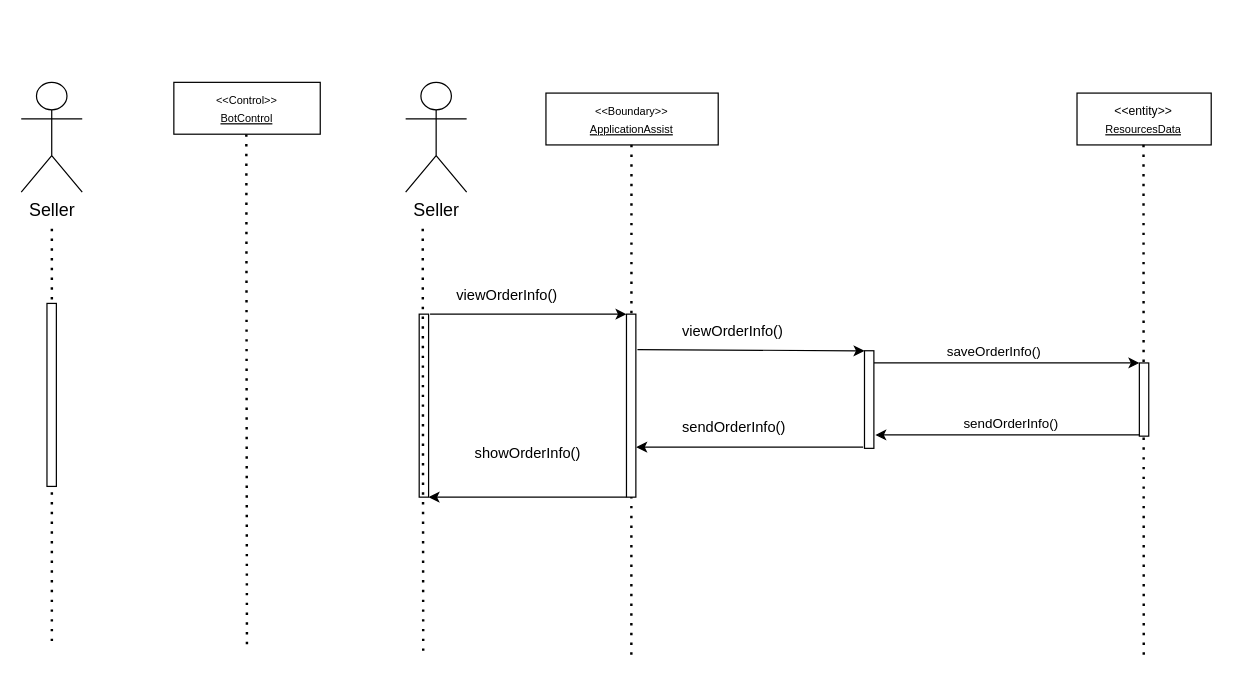
munkeawtoast/isad-diagrams keeps this draw.io diagram as page "Page-1" (1 of 2) of Record and Send Order Info.drawio. Above is the earlier version. Source tidied: cells renumbered, new cells numbered last; positions are measured from the earlier drawing's top-left corner, leaving out a move shared by most shapes. Both pictures are drawn from the tidied source at 122%, with x=0, y=0 at pixel (21, 82).
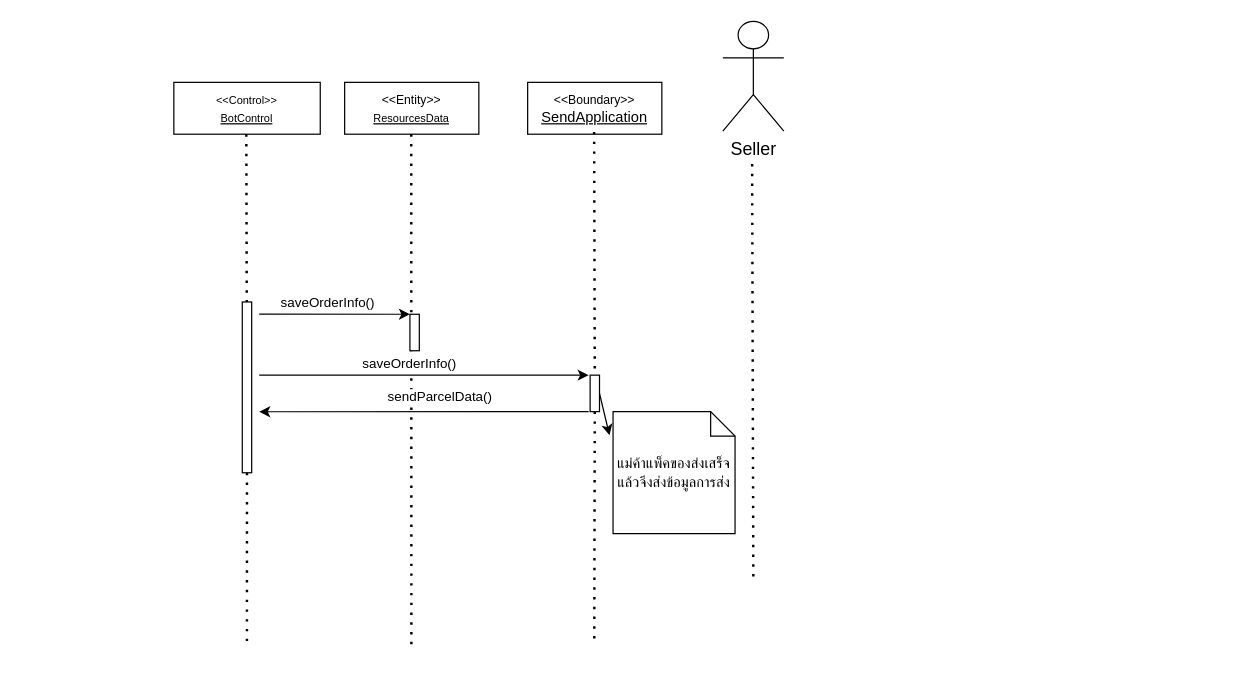
The same page after the edit.

The edit, as a diff of the source:
```diff
@@
-    <mxCell id="2" style="endArrow=none;dashed=1;html=1;dashPattern=1 3;strokeWidth=2;startArrow=none;" parent="1" edge="1">
+    <mxCell id="2" style="endArrow=none;dashed=1;html=1;dashPattern=1 3;strokeWidth=2;startArrow=none;" parent="1" edge="1" source="30">
       <mxGeometry relative="1" as="geometry">
-        <mxPoint x="184.4" y="42.5" as="sourcePoint" />
         <mxPoint x="184.9" y="461" as="targetPoint" />
       </mxGeometry>
     </mxCell>
-    <mxCell id="3" style="rounded=0;whiteSpace=wrap;html=1;fontSize=9;" parent="1" vertex="1">
-      <mxGeometry x="326.1" y="190" width="7.7" height="150" as="geometry" />
-    </mxCell>
@@
-    <mxCell id="5" value="&lt;font style=&quot;&quot;&gt;&lt;font size=&quot;1&quot;&gt;&amp;lt;&amp;lt;entity&amp;gt;&amp;gt;&lt;/font&gt;&lt;br&gt;&lt;span style=&quot;text-align: left;&quot;&gt;&lt;font style=&quot;font-size: 9px;&quot;&gt;&lt;u&gt;ResourcesData&lt;/u&gt;&lt;/font&gt;&lt;/span&gt;&lt;br&gt;&lt;/font&gt;" style="rounded=0;whiteSpace=wrap;html=1;" parent="1" vertex="1">
-      <mxGeometry x="865.3" y="8.8" width="110" height="42.5" as="geometry" />
+    <mxCell id="5" value="&lt;font style=&quot;&quot;&gt;&lt;font size=&quot;1&quot;&gt;&amp;lt;&amp;lt;Entity&amp;gt;&amp;gt;&lt;/font&gt;&lt;br&gt;&lt;span style=&quot;text-align: left;&quot;&gt;&lt;font style=&quot;font-size: 9px;&quot;&gt;&lt;u&gt;ResourcesData&lt;/u&gt;&lt;/font&gt;&lt;/span&gt;&lt;br&gt;&lt;/font&gt;" style="rounded=0;whiteSpace=wrap;html=1;" parent="1" vertex="1">
+      <mxGeometry x="265" width="110" height="42.5" as="geometry" />
     </mxCell>
-    <mxCell id="6" value="&lt;font style=&quot;font-size: 9px;&quot;&gt;&amp;lt;&amp;lt;Boundary&amp;gt;&amp;gt;&lt;br&gt;&lt;u&gt;ApplicationAssist&lt;/u&gt;&lt;br&gt;&lt;/font&gt;" style="rounded=0;whiteSpace=wrap;html=1;" parent="1" vertex="1">
-      <mxGeometry x="430" y="8.8" width="141.2" height="42.5" as="geometry" />
-    </mxCell>
-    <mxCell id="7" style="endArrow=classic;html=1;fontSize=9;exitX=1.081;exitY=0.094;exitDx=0;exitDy=0;exitPerimeter=0;" parent="1" edge="1">
-      <mxGeometry relative="1" as="geometry">
-        <mxPoint x="916.4" y="289" as="sourcePoint" />
-        <mxPoint x="700" y="289" as="targetPoint" />
-      </mxGeometry>
-    </mxCell>
-    <mxCell id="8" value="sendOrderInfo()" style="edgeLabel;html=1;align=center;verticalAlign=middle;" parent="7" vertex="1">
-      <mxGeometry x="-0.02" relative="1" as="geometry">
-        <mxPoint y="-10" as="offset" />
-      </mxGeometry>
-    </mxCell>
     <mxCell id="9" style="endArrow=classic;html=1;fontSize=9;entryX=0;entryY=0;entryDx=0;entryDy=0;" parent="1" edge="1" target="21">
       <mxGeometry relative="1" as="geometry">
-        <mxPoint x="698.8" y="230" as="sourcePoint" />
+        <mxPoint x="195" y="190" as="sourcePoint" />
       </mxGeometry>
     </mxCell>
@@
-    <mxCell id="11" style="endArrow=classic;html=1;fontSize=9;" parent="1" edge="1">
-      <mxGeometry relative="1" as="geometry">
-        <mxPoint x="690" y="299" as="sourcePoint" />
-        <mxPoint x="504" y="299" as="targetPoint" />
-      </mxGeometry>
-    </mxCell>
-    <mxCell id="12" value="sendOrderInfo()" style="text;whiteSpace=wrap;html=1;" parent="1" vertex="1">
-      <mxGeometry x="540" y="269" width="110" height="40" as="geometry" />
-    </mxCell>
-    <mxCell id="13" style="endArrow=classic;html=1;fontSize=9;exitX=0;exitY=1;exitDx=0;exitDy=0;entryX=1;entryY=1;entryDx=0;entryDy=0;" parent="1" edge="1" source="20" target="3">
-      <mxGeometry relative="1" as="geometry" />
-    </mxCell>
-    <mxCell id="14" value="showOrderInfo()" style="text;whiteSpace=wrap;html=1;" parent="1" vertex="1">
-      <mxGeometry x="370" y="290" width="110" height="40" as="geometry" />
-    </mxCell>
-    <mxCell id="15" style="endArrow=classic;html=1;fontSize=9;entryX=0;entryY=0;entryDx=0;entryDy=0;" parent="1" edge="1" target="20">
-      <mxGeometry relative="1" as="geometry">
-        <mxPoint x="335" y="190" as="sourcePoint" />
-      </mxGeometry>
-    </mxCell>
-    <mxCell id="16" value="&lt;div style=&quot;text-align: center;&quot;&gt;&lt;span style=&quot;background-color: initial;&quot;&gt;viewOrderInfo()&lt;/span&gt;&lt;/div&gt;" style="text;whiteSpace=wrap;html=1;" parent="1" vertex="1">
-      <mxGeometry x="355" y="161.2" width="110" height="40" as="geometry" />
-    </mxCell>
-    <mxCell id="17" style="rounded=0;whiteSpace=wrap;html=1;fontSize=9;" parent="1" vertex="1">
-      <mxGeometry x="691.1" y="220" width="7.7" height="80" as="geometry" />
-    </mxCell>
     <mxCell id="18" style="endArrow=none;dashed=1;html=1;dashPattern=1 3;strokeWidth=2;startArrow=none;" parent="1" edge="1">
       <mxGeometry relative="1" as="geometry">
-        <mxPoint x="919.8" y="51.2" as="sourcePoint" />
-        <mxPoint x="920" y="470" as="targetPoint" />
+        <mxPoint x="319.6" y="42.5" as="sourcePoint" />
+        <mxPoint x="319.7" y="461.2" as="targetPoint" />
       </mxGeometry>
     </mxCell>
-    <mxCell id="19" style="endArrow=none;dashed=1;html=1;dashPattern=1 3;strokeWidth=2;startArrow=none;" parent="1" edge="1">
-      <mxGeometry relative="1" as="geometry">
-        <mxPoint x="500.1" y="51.2" as="sourcePoint" />
-        <mxPoint x="500" y="470" as="targetPoint" />
-      </mxGeometry>
-    </mxCell>
-    <mxCell id="20" style="rounded=0;whiteSpace=wrap;html=1;fontSize=9;" parent="1" vertex="1">
-      <mxGeometry x="496" y="190" width="7.7" height="150" as="geometry" />
-    </mxCell>
     <mxCell id="21" style="rounded=0;whiteSpace=wrap;html=1;fontSize=9;" parent="1" vertex="1">
-      <mxGeometry x="916.4" y="230" width="7.7" height="60" as="geometry" />
+      <mxGeometry x="318.5" y="190.1" width="7.7" height="29.9" as="geometry" />
     </mxCell>
-    <mxCell id="22" style="endArrow=none;dashed=1;html=1;dashPattern=1 3;strokeWidth=2;startArrow=none;entryX=0.5;entryY=0;entryDx=0;entryDy=0;" parent="1" edge="1">
-      <mxGeometry relative="1" as="geometry">
-        <mxPoint x="329" y="120" as="sourcePoint" />
-        <mxPoint x="329.4" y="470" as="targetPoint" />
-      </mxGeometry>
-    </mxCell>
-    <mxCell id="23" style="endArrow=classic;html=1;fontSize=9;entryX=0;entryY=0;entryDx=0;entryDy=0;" parent="1" edge="1">
-      <mxGeometry relative="1" as="geometry">
-        <mxPoint x="505" y="219" as="sourcePoint" />
-        <mxPoint x="691.1" y="220.1" as="targetPoint" />
-      </mxGeometry>
-    </mxCell>
-    <mxCell id="24" value="&lt;div style=&quot;text-align: center;&quot;&gt;&lt;span style=&quot;background-color: initial;&quot;&gt;viewOrderInfo()&lt;/span&gt;&lt;/div&gt;" style="text;whiteSpace=wrap;html=1;" parent="1" vertex="1">
-      <mxGeometry x="540" y="190" width="110" height="40" as="geometry" />
-    </mxCell>
     <mxCell id="25" value="&lt;span id=&quot;docs-internal-guid-612e1756-7fff-0070-7835-d096483c2eb9&quot;&gt;&lt;span style=&quot;font-size: 11pt; font-family: Arial; background-color: transparent; font-variant-numeric: normal; font-variant-east-asian: normal; vertical-align: baseline;&quot;&gt;Seller&lt;/span&gt;&lt;/span&gt;" style="shape=umlActor;verticalLabelPosition=bottom;verticalAlign=top;html=1;" parent="1" vertex="1">
-      <mxGeometry x="315" width="50" height="90" as="geometry" />
+      <mxGeometry x="575" y="-50" width="50" height="90" as="geometry" />
     </mxCell>
-    <mxCell id="26" style="endArrow=none;dashed=1;html=1;dashPattern=1 3;strokeWidth=2;startArrow=none;" parent="1" edge="1">
-      <mxGeometry relative="1" as="geometry">
-        <mxPoint x="25" y="120" as="sourcePoint" />
-        <mxPoint x="25" y="461.2" as="targetPoint" />
-      </mxGeometry>
-    </mxCell>
-    <mxCell id="27" style="rounded=0;whiteSpace=wrap;html=1;fontSize=9;" parent="1" vertex="1">
-      <mxGeometry x="21" y="181.2" width="7.7" height="150" as="geometry" />
-    </mxCell>
-    <mxCell id="28" value="&lt;font face=&quot;Arial&quot;&gt;&lt;span style=&quot;font-size: 14.6667px;&quot;&gt;Seller&lt;/span&gt;&lt;/font&gt;" style="shape=umlActor;verticalLabelPosition=bottom;verticalAlign=top;html=1;" parent="1" vertex="1">
-      <mxGeometry x="-0.1" width="50" height="90" as="geometry" />
-    </mxCell>
+    <mxCell id="29" style="endArrow=none;dashed=1;html=1;dashPattern=1 3;strokeWidth=2;startArrow=none;" parent="1" edge="1" target="30">
+      <mxGeometry relative="1" as="geometry">
+        <mxPoint x="184.4" y="42.5" as="sourcePoint" />
+      </mxGeometry>
+    </mxCell>
+    <mxCell id="30" style="rounded=0;whiteSpace=wrap;html=1;fontSize=9;" parent="1" vertex="1">
+      <mxGeometry x="181.1" y="180" width="7.7" height="140" as="geometry" />
+    </mxCell>
+    <mxCell id="31" style="endArrow=none;dashed=1;html=1;dashPattern=1 3;strokeWidth=2;startArrow=none;" parent="1" edge="1">
+      <mxGeometry relative="1" as="geometry">
+        <mxPoint x="599" y="67" as="sourcePoint" />
+        <mxPoint x="600" y="410" as="targetPoint" />
+      </mxGeometry>
+    </mxCell>
+    <mxCell id="32" style="endArrow=classic;html=1;fontSize=9;" parent="1" edge="1">
+      <mxGeometry relative="1" as="geometry">
+        <mxPoint x="195" y="240" as="sourcePoint" />
+        <mxPoint x="465" y="240" as="targetPoint" />
+      </mxGeometry>
+    </mxCell>
+    <mxCell id="33" value="saveOrderInfo()" style="edgeLabel;html=1;align=center;verticalAlign=middle;" parent="32" vertex="1">
+      <mxGeometry x="-0.1" y="-1" relative="1" as="geometry">
+        <mxPoint y="-11" as="offset" />
+      </mxGeometry>
+    </mxCell>
+    <mxCell id="34" style="endArrow=classic;html=1;fontSize=9;" parent="1" edge="1">
+      <mxGeometry relative="1" as="geometry">
+        <mxPoint x="465" y="269.9" as="sourcePoint" />
+        <mxPoint x="195" y="270" as="targetPoint" />
+      </mxGeometry>
+    </mxCell>
+    <mxCell id="35" value="sendParcelData()" style="edgeLabel;html=1;align=center;verticalAlign=middle;" parent="34" vertex="1">
+      <mxGeometry x="-0.1" y="-1" relative="1" as="geometry">
+        <mxPoint y="-11" as="offset" />
+      </mxGeometry>
+    </mxCell>
+    <mxCell id="36" value="แม่ค้าแพ็คของส่งเสร็จแล้วจึงส่งข้อมูลการส่ง" style="shape=note;size=20;whiteSpace=wrap;html=1;" parent="1" vertex="1">
+      <mxGeometry x="485" y="269.9" width="100" height="100" as="geometry" />
+    </mxCell>
+    <mxCell id="37" style="endArrow=classic;html=1;fontSize=9;entryX=-0.029;entryY=0.194;entryDx=0;entryDy=0;exitX=1;exitY=0.5;exitDx=0;exitDy=0;entryPerimeter=0;" parent="1" edge="1" source="41" target="36">
+      <mxGeometry relative="1" as="geometry" />
+    </mxCell>
+    <mxCell id="38" value="&lt;font style=&quot;&quot;&gt;&lt;font size=&quot;1&quot;&gt;&amp;lt;&amp;lt;Boundary&amp;gt;&amp;gt;&lt;br&gt;&lt;/font&gt;&lt;u&gt;SendApplication&lt;/u&gt;&lt;br&gt;&lt;/font&gt;" style="rounded=0;whiteSpace=wrap;html=1;" parent="1" vertex="1">
+      <mxGeometry x="415" width="110" height="42.5" as="geometry" />
+    </mxCell>
+    <mxCell id="39" style="endArrow=none;dashed=1;html=1;dashPattern=1 3;strokeWidth=2;startArrow=none;" parent="1" edge="1" source="41">
+      <mxGeometry relative="1" as="geometry">
+        <mxPoint x="469.6" y="459.4" as="targetPoint" />
+      </mxGeometry>
+    </mxCell>
+    <mxCell id="40" style="endArrow=none;dashed=1;html=1;dashPattern=1 3;strokeWidth=2;startArrow=none;" parent="1" edge="1" target="41">
+      <mxGeometry relative="1" as="geometry">
+        <mxPoint x="469.5" y="40.6" as="sourcePoint" />
+      </mxGeometry>
+    </mxCell>
+    <mxCell id="41" style="rounded=0;whiteSpace=wrap;html=1;fontSize=9;" parent="1" vertex="1">
+      <mxGeometry x="466.2" y="240" width="7.7" height="29.9" as="geometry" />
+    </mxCell>
```
